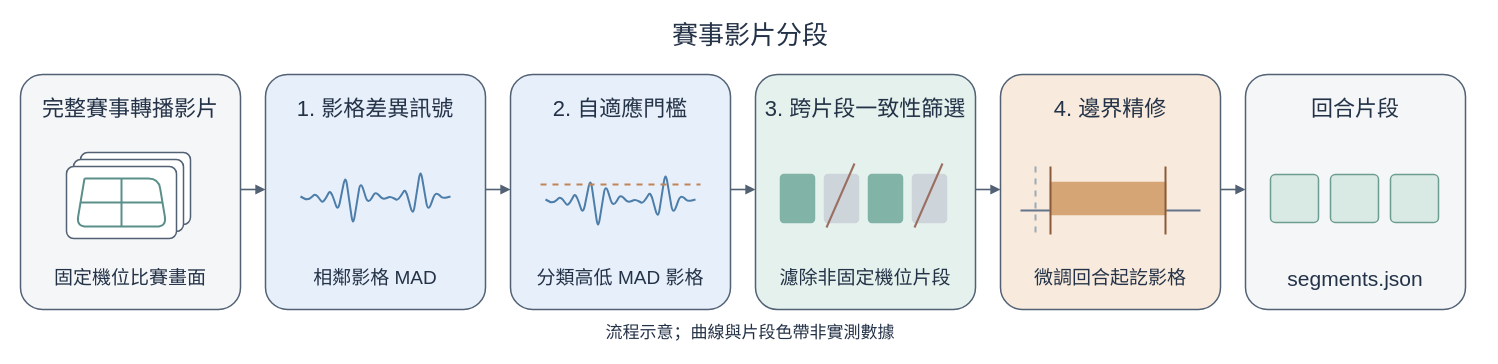
Above: docs/figures/report/match-segmentation.drawio in 2026bmtproject/badminton-analysis-system (draw.io), before the change. Source tidied: cells renumbered, new cells numbered last; positions are measured from the earlier drawing's top-left corner, leaving out a move shared by most shapes. Both pictures are drawn from the tidied source at 100%, with x=0, y=0 at pixel (20, 17).
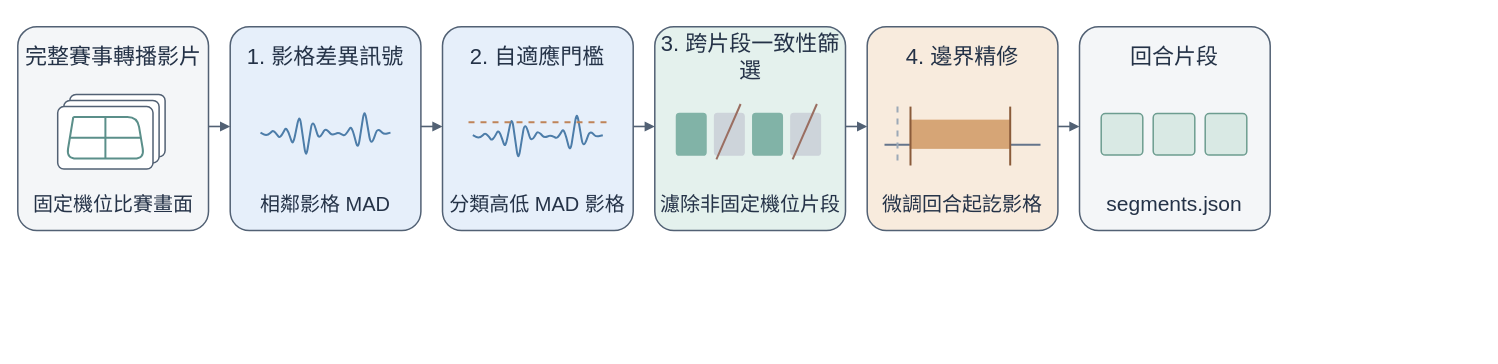
The same diagram, later.

The edit, as a diff of the source:
```diff
@@
-    <mxCell id="2" value="賽事影片分段" style="text;html=0;whiteSpace=wrap;align=center;verticalAlign=middle;fontFamily=Arial Unicode MS;fontSize=26;fontColor=#243247;fontStyle=0;" parent="1" vertex="1">
-      <mxGeometry width="1460" height="36" as="geometry" />
-    </mxCell>
     <mxCell id="3" style="rounded=1;arcSize=10;fillColor=#F4F6F8;strokeColor=#526174;strokeWidth=1.5;dashed=0;" parent="1" vertex="1">
-      <mxGeometry y="57" width="220" height="235" as="geometry" />
+      <mxGeometry x="-2.7" y="9.3" width="190.7" height="203.7" as="geometry" />
     </mxCell>
     <mxCell id="4" value="完整賽事轉播影片" style="text;html=0;whiteSpace=wrap;align=center;verticalAlign=middle;fontFamily=Arial Unicode MS;fontSize=22;fontColor=#243247;fontStyle=0;" parent="1" vertex="1">
-      <mxGeometry x="5" y="70" width="210" height="44" as="geometry" />
+      <mxGeometry x="1.7" y="20.6" width="182" height="38.1" as="geometry" />
     </mxCell>
     <mxCell id="5" style="rounded=1;arcSize=10;fillColor=#E6EFFA;strokeColor=#526174;strokeWidth=1.5;dashed=0;" parent="1" vertex="1">
-      <mxGeometry x="245" y="57" width="220" height="235" as="geometry" />
+      <mxGeometry x="209.7" y="9.3" width="190.7" height="203.7" as="geometry" />
     </mxCell>
     <mxCell id="6" value="1. 影格差異訊號" style="text;html=0;whiteSpace=wrap;align=center;verticalAlign=middle;fontFamily=Arial Unicode MS;fontSize=22;fontColor=#243247;fontStyle=0;" parent="1" vertex="1">
-      <mxGeometry x="250" y="70" width="210" height="44" as="geometry" />
+      <mxGeometry x="214" y="20.6" width="182" height="38.1" as="geometry" />
     </mxCell>
     <mxCell id="7" style="rounded=1;arcSize=10;fillColor=#E6EFFA;strokeColor=#526174;strokeWidth=1.5;dashed=0;" parent="1" vertex="1">
-      <mxGeometry x="490" y="57" width="220" height="235" as="geometry" />
+      <mxGeometry x="422" y="9.3" width="190.7" height="203.7" as="geometry" />
     </mxCell>
     <mxCell id="8" value="2. 自適應門檻" style="text;html=0;whiteSpace=wrap;align=center;verticalAlign=middle;fontFamily=Arial Unicode MS;fontSize=22;fontColor=#243247;fontStyle=0;" parent="1" vertex="1">
-      <mxGeometry x="495" y="70" width="210" height="44" as="geometry" />
+      <mxGeometry x="426.3" y="20.6" width="182" height="38.1" as="geometry" />
     </mxCell>
     <mxCell id="9" style="rounded=1;arcSize=10;fillColor=#E4F1ED;strokeColor=#526174;strokeWidth=1.5;dashed=0;" parent="1" vertex="1">
-      <mxGeometry x="735" y="57" width="220" height="235" as="geometry" />
+      <mxGeometry x="634.3" y="9.3" width="190.7" height="203.7" as="geometry" />
     </mxCell>
     <mxCell id="10" value="3. 跨片段一致性篩選" style="text;html=0;whiteSpace=wrap;align=center;verticalAlign=middle;fontFamily=Arial Unicode MS;fontSize=22;fontColor=#243247;fontStyle=0;" parent="1" vertex="1">
-      <mxGeometry x="740" y="70" width="210" height="44" as="geometry" />
+      <mxGeometry x="638.7" y="20.6" width="182" height="38.1" as="geometry" />
     </mxCell>
     <mxCell id="11" style="rounded=1;arcSize=10;fillColor=#F8EBDD;strokeColor=#526174;strokeWidth=1.5;dashed=0;" parent="1" vertex="1">
-      <mxGeometry x="980" y="57" width="220" height="235" as="geometry" />
+      <mxGeometry x="846.7" y="9.3" width="190.7" height="203.7" as="geometry" />
     </mxCell>
     <mxCell id="12" value="4. 邊界精修" style="text;html=0;whiteSpace=wrap;align=center;verticalAlign=middle;fontFamily=Arial Unicode MS;fontSize=22;fontColor=#243247;fontStyle=0;" parent="1" vertex="1">
-      <mxGeometry x="985" y="70" width="210" height="44" as="geometry" />
+      <mxGeometry x="851" y="20.6" width="182" height="38.1" as="geometry" />
     </mxCell>
     <mxCell id="13" style="rounded=1;arcSize=10;fillColor=#F4F6F8;strokeColor=#526174;strokeWidth=1.5;dashed=0;" parent="1" vertex="1">
-      <mxGeometry x="1225" y="57" width="220" height="235" as="geometry" />
+      <mxGeometry x="1059" y="9.3" width="190.7" height="203.7" as="geometry" />
     </mxCell>
     <mxCell id="14" value="回合片段" style="text;html=0;whiteSpace=wrap;align=center;verticalAlign=middle;fontFamily=Arial Unicode MS;fontSize=22;fontColor=#243247;fontStyle=0;" parent="1" vertex="1">
-      <mxGeometry x="1230" y="70" width="210" height="44" as="geometry" />
+      <mxGeometry x="1063.3" y="20.6" width="182" height="38.1" as="geometry" />
     </mxCell>
     <mxCell id="15" style="rounded=1;arcSize=10;fillColor=#FFFFFF;strokeColor=#526174;strokeWidth=1.5;dashed=0;" parent="1" vertex="1">
-      <mxGeometry x="60" y="135" width="110" height="72" as="geometry" />
+      <mxGeometry x="49.3" y="76.9" width="95.3" height="62.4" as="geometry" />
     </mxCell>
     <mxCell id="16" style="rounded=1;arcSize=10;fillColor=#FFFFFF;strokeColor=#526174;strokeWidth=1.5;dashed=0;" parent="1" vertex="1">
-      <mxGeometry x="53" y="142" width="110" height="72" as="geometry" />
+      <mxGeometry x="43.3" y="83" width="95.3" height="62.4" as="geometry" />
     </mxCell>
     <mxCell id="17" style="rounded=1;arcSize=10;fillColor=#FFFFFF;strokeColor=#526174;strokeWidth=1.5;dashed=0;" parent="1" vertex="1">
-      <mxGeometry x="46" y="149" width="110" height="72" as="geometry" />
+      <mxGeometry x="37.2" y="89.1" width="95.3" height="62.4" as="geometry" />
     </mxCell>
     <mxCell id="18" style="endArrow=none;strokeColor=#5B8F8A;strokeWidth=2;dashed=0;" parent="1" edge="1">
       <mxGeometry relative="1" as="geometry">
-        <mxPoint x="64" y="161" as="sourcePoint" />
-        <mxPoint x="64" y="161" as="targetPoint" />
+        <mxPoint x="52.8" y="99.5" as="sourcePoint" />
+        <mxPoint x="52.8" y="99.5" as="targetPoint" />
         <Array as="points">
-          <mxPoint x="138" y="161" />
-          <mxPoint x="146" y="209" />
-          <mxPoint x="56" y="209" />
+          <mxPoint x="116.9" y="99.5" />
+          <mxPoint x="123.9" y="141.1" />
+          <mxPoint x="45.9" y="141.1" />
         </Array>
       </mxGeometry>
     </mxCell>
     <mxCell id="19" style="endArrow=none;strokeColor=#5B8F8A;strokeWidth=2;dashed=0;" parent="1" edge="1">
       <mxGeometry relative="1" as="geometry">
-        <mxPoint x="60" y="185" as="sourcePoint" />
-        <mxPoint x="142" y="185" as="targetPoint" />
+        <mxPoint x="49.3" y="120.3" as="sourcePoint" />
+        <mxPoint x="120.4" y="120.3" as="targetPoint" />
       </mxGeometry>
     </mxCell>
     <mxCell id="20" style="endArrow=none;strokeColor=#5B8F8A;strokeWidth=2;dashed=0;" parent="1" edge="1">
       <mxGeometry relative="1" as="geometry">
-        <mxPoint x="101" y="161" as="sourcePoint" />
-        <mxPoint x="101" y="209" as="targetPoint" />
+        <mxPoint x="84.9" y="99.5" as="sourcePoint" />
+        <mxPoint x="84.9" y="141.1" as="targetPoint" />
       </mxGeometry>
     </mxCell>
-    <mxCell id="21" value="固定機位比賽畫面" style="text;html=0;whiteSpace=wrap;align=center;verticalAlign=middle;fontFamily=Arial Unicode MS;fontSize=19;fontColor=#243247;fontStyle=0;" parent="1" vertex="1">
-      <mxGeometry x="5" y="246" width="210" height="30" as="geometry" />
+    <mxCell id="21" value="固定機位比賽畫面" style="text;html=0;whiteSpace=wrap;align=center;verticalAlign=middle;fontFamily=Arial Unicode MS;fontSize=20;fontColor=#243247;fontStyle=0;" parent="1" vertex="1">
+      <mxGeometry x="1.7" y="173.1" width="182" height="26" as="geometry" />
     </mxCell>
     <mxCell id="22" style="endArrow=none;strokeColor=#4D7DA9;strokeWidth=2;dashed=0;" parent="1" edge="1">
       <mxGeometry relative="1" as="geometry">
-        <mxPoint x="280" y="179" as="sourcePoint" />
-        <mxPoint x="430" y="179" as="targetPoint" />
+        <mxPoint x="240" y="115.1" as="sourcePoint" />
+        <mxPoint x="370" y="115.1" as="targetPoint" />
         <Array as="points">
-          <mxPoint x="287.5" y="183" />
-          <mxPoint x="295" y="176" />
-          <mxPoint x="302.5" y="186" />
-          <mxPoint x="310" y="172" />
-          <mxPoint x="317.5" y="194" />
-          <mxPoint x="325" y="157" />
-          <mxPoint x="332.5" y="209" />
-          <mxPoint x="340" y="163" />
-          <mxPoint x="347.5" y="187" />
-          <mxPoint x="355" y="174" />
-          <mxPoint x="362.5" y="182" />
-          <mxPoint x="370" y="179" />
-          <mxPoint x="377.5" y="183" />
-          <mxPoint x="385" y="171" />
-          <mxPoint x="392.5" y="199" />
-          <mxPoint x="400" y="151" />
-          <mxPoint x="407.5" y="195" />
-          <mxPoint x="415" y="174" />
-          <mxPoint x="422.5" y="181" />
+          <mxPoint x="246.5" y="118.5" />
+          <mxPoint x="253" y="112.5" />
+          <mxPoint x="259.5" y="121.1" />
+          <mxPoint x="266" y="109" />
+          <mxPoint x="272.5" y="128.1" />
+          <mxPoint x="279" y="96" />
+          <mxPoint x="285.5" y="141.1" />
+          <mxPoint x="292" y="101.2" />
+          <mxPoint x="298.5" y="122" />
+          <mxPoint x="305" y="110.7" />
+          <mxPoint x="311.5" y="117.7" />
+          <mxPoint x="318" y="115.1" />
+          <mxPoint x="324.5" y="118.5" />
+          <mxPoint x="331" y="108.1" />
+          <mxPoint x="337.5" y="132.4" />
+          <mxPoint x="344" y="90.8" />
+          <mxPoint x="350.5" y="128.9" />
+          <mxPoint x="357" y="110.7" />
+          <mxPoint x="363.5" y="116.8" />
         </Array>
       </mxGeometry>
     </mxCell>
-    <mxCell id="23" value="相鄰影格 MAD" style="text;html=0;whiteSpace=wrap;align=center;verticalAlign=middle;fontFamily=Arial Unicode MS;fontSize=19;fontColor=#243247;fontStyle=0;" parent="1" vertex="1">
-      <mxGeometry x="250" y="246" width="210" height="30" as="geometry" />
+    <mxCell id="23" value="相鄰影格 MAD" style="text;html=0;whiteSpace=wrap;align=center;verticalAlign=middle;fontFamily=Arial Unicode MS;fontSize=20;fontColor=#243247;fontStyle=0;" parent="1" vertex="1">
+      <mxGeometry x="214" y="173.1" width="182" height="26" as="geometry" />
     </mxCell>
     <mxCell id="24" style="endArrow=none;strokeColor=#4D7DA9;strokeWidth=2;dashed=0;" parent="1" edge="1">
       <mxGeometry relative="1" as="geometry">
-        <mxPoint x="525" y="182" as="sourcePoint" />
-        <mxPoint x="675" y="182" as="targetPoint" />
+        <mxPoint x="452.3" y="117.7" as="sourcePoint" />
+        <mxPoint x="582.3" y="117.7" as="targetPoint" />
         <Array as="points">
-          <mxPoint x="532.5" y="186" />
-          <mxPoint x="540" y="179" />
-          <mxPoint x="547.5" y="189" />
-          <mxPoint x="555" y="175" />
-          <mxPoint x="562.5" y="197" />
-          <mxPoint x="570" y="160" />
-          <mxPoint x="577.5" y="212" />
-          <mxPoint x="585" y="166" />
-          <mxPoint x="592.5" y="190" />
-          <mxPoint x="600" y="177" />
-          <mxPoint x="607.5" y="185" />
-          <mxPoint x="615" y="182" />
-          <mxPoint x="622.5" y="186" />
-          <mxPoint x="630" y="174" />
-          <mxPoint x="637.5" y="202" />
-          <mxPoint x="645" y="154" />
-          <mxPoint x="652.5" y="198" />
-          <mxPoint x="660" y="177" />
-          <mxPoint x="667.5" y="184" />
+          <mxPoint x="458.8" y="121.1" />
+          <mxPoint x="465.3" y="115.1" />
+          <mxPoint x="471.8" y="123.7" />
+          <mxPoint x="478.3" y="111.6" />
+          <mxPoint x="484.8" y="130.7" />
+          <mxPoint x="491.3" y="98.6" />
+          <mxPoint x="497.8" y="143.7" />
+          <mxPoint x="504.3" y="103.8" />
+          <mxPoint x="510.8" y="124.6" />
+          <mxPoint x="517.3" y="113.3" />
+          <mxPoint x="523.8" y="120.3" />
+          <mxPoint x="530.3" y="117.7" />
+          <mxPoint x="536.8" y="121.1" />
+          <mxPoint x="543.3" y="110.7" />
+          <mxPoint x="549.8" y="135" />
+          <mxPoint x="556.3" y="93.4" />
+          <mxPoint x="562.8" y="131.5" />
+          <mxPoint x="569.3" y="113.3" />
+          <mxPoint x="575.8" y="119.4" />
         </Array>
       </mxGeometry>
     </mxCell>
     <mxCell id="25" style="endArrow=none;strokeColor=#BF8458;strokeWidth=2;dashed=1;" parent="1" edge="1">
       <mxGeometry relative="1" as="geometry">
-        <mxPoint x="520" y="167" as="sourcePoint" />
-        <mxPoint x="680" y="167" as="targetPoint" />
+        <mxPoint x="448" y="104.7" as="sourcePoint" />
+        <mxPoint x="586.7" y="104.7" as="targetPoint" />
       </mxGeometry>
     </mxCell>
-    <mxCell id="26" value="分類高低 MAD 影格" style="text;html=0;whiteSpace=wrap;align=center;verticalAlign=middle;fontFamily=Arial Unicode MS;fontSize=19;fontColor=#243247;fontStyle=0;" parent="1" vertex="1">
-      <mxGeometry x="495" y="246" width="210" height="30" as="geometry" />
+    <mxCell id="26" value="分類高低 MAD 影格" style="text;html=0;whiteSpace=wrap;align=center;verticalAlign=middle;fontFamily=Arial Unicode MS;fontSize=20;fontColor=#243247;fontStyle=0;" parent="1" vertex="1">
+      <mxGeometry x="426.3" y="173.1" width="182" height="26" as="geometry" />
     </mxCell>
     <mxCell id="27" style="rounded=1;arcSize=10;fillColor=#81B3A7;strokeColor=#81B3A7;strokeWidth=1.5;dashed=0;" parent="1" vertex="1">
-      <mxGeometry x="760" y="157" width="34" height="48" as="geometry" />
+      <mxGeometry x="656" y="96" width="29.5" height="41.6" as="geometry" />
     </mxCell>
     <mxCell id="28" style="rounded=1;arcSize=10;fillColor=#CDD4DA;strokeColor=#CDD4DA;strokeWidth=1.5;dashed=0;" parent="1" vertex="1">
-      <mxGeometry x="804" y="157" width="34" height="48" as="geometry" />
+      <mxGeometry x="694.1" y="96" width="29.5" height="41.6" as="geometry" />
     </mxCell>
     <mxCell id="29" style="endArrow=none;strokeColor=#9A6E61;strokeWidth=2;dashed=0;" parent="1" edge="1">
       <mxGeometry relative="1" as="geometry">
-        <mxPoint x="806" y="210" as="sourcePoint" />
-        <mxPoint x="834" y="146" as="targetPoint" />
+        <mxPoint x="695.9" y="141.9" as="sourcePoint" />
+        <mxPoint x="720.1" y="86.5" as="targetPoint" />
       </mxGeometry>
     </mxCell>
     <mxCell id="30" style="rounded=1;arcSize=10;fillColor=#81B3A7;strokeColor=#81B3A7;strokeWidth=1.5;dashed=0;" parent="1" vertex="1">
-      <mxGeometry x="848" y="157" width="34" height="48" as="geometry" />
+      <mxGeometry x="732.3" y="96" width="29.5" height="41.6" as="geometry" />
     </mxCell>
     <mxCell id="31" style="rounded=1;arcSize=10;fillColor=#CDD4DA;strokeColor=#CDD4DA;strokeWidth=1.5;dashed=0;" parent="1" vertex="1">
-      <mxGeometry x="892" y="157" width="34" height="48" as="geometry" />
+      <mxGeometry x="770.4" y="96" width="29.5" height="41.6" as="geometry" />
     </mxCell>
     <mxCell id="32" style="endArrow=none;strokeColor=#9A6E61;strokeWidth=2;dashed=0;" parent="1" edge="1">
       <mxGeometry relative="1" as="geometry">
-        <mxPoint x="894" y="210" as="sourcePoint" />
-        <mxPoint x="922" y="146" as="targetPoint" />
+        <mxPoint x="772.1" y="141.9" as="sourcePoint" />
+        <mxPoint x="796.4" y="86.5" as="targetPoint" />
       </mxGeometry>
     </mxCell>
-    <mxCell id="33" value="濾除非固定機位片段" style="text;html=0;whiteSpace=wrap;align=center;verticalAlign=middle;fontFamily=Arial Unicode MS;fontSize=19;fontColor=#243247;fontStyle=0;" parent="1" vertex="1">
-      <mxGeometry x="740" y="246" width="210" height="30" as="geometry" />
+    <mxCell id="33" value="濾除非固定機位片段" style="text;html=0;whiteSpace=wrap;align=center;verticalAlign=middle;fontFamily=Arial Unicode MS;fontSize=20;fontColor=#243247;fontStyle=0;" parent="1" vertex="1">
+      <mxGeometry x="638.7" y="173.1" width="182" height="26" as="geometry" />
     </mxCell>
     <mxCell id="34" style="endArrow=none;strokeColor=#64748B;strokeWidth=2;dashed=0;" parent="1" edge="1">
       <mxGeometry relative="1" as="geometry">
-        <mxPoint x="1000" y="193" as="sourcePoint" />
-        <mxPoint x="1180" y="193" as="targetPoint" />
+        <mxPoint x="864" y="127.2" as="sourcePoint" />
+        <mxPoint x="1020" y="127.2" as="targetPoint" />
       </mxGeometry>
     </mxCell>
     <mxCell id="35" style="rounded=0;arcSize=10;fillColor=#D6A576;strokeColor=#D6A576;strokeWidth=1.5;dashed=0;" parent="1" vertex="1">
-      <mxGeometry x="1030" y="165" width="115" height="32" as="geometry" />
+      <mxGeometry x="890" y="102.9" width="99.7" height="27.7" as="geometry" />
     </mxCell>
     <mxCell id="36" style="endArrow=none;strokeColor=#8A5B3A;strokeWidth=2;dashed=0;" parent="1" edge="1">
       <mxGeometry relative="1" as="geometry">
-        <mxPoint x="1030" y="149" as="sourcePoint" />
-        <mxPoint x="1030" y="217" as="targetPoint" />
+        <mxPoint x="890" y="89.1" as="sourcePoint" />
+        <mxPoint x="890" y="148" as="targetPoint" />
       </mxGeometry>
     </mxCell>
     <mxCell id="37" style="endArrow=none;strokeColor=#8A5B3A;strokeWidth=2;dashed=0;" parent="1" edge="1">
       <mxGeometry relative="1" as="geometry">
-        <mxPoint x="1145" y="149" as="sourcePoint" />
-        <mxPoint x="1145" y="217" as="targetPoint" />
+        <mxPoint x="989.7" y="89.1" as="sourcePoint" />
+        <mxPoint x="989.7" y="148" as="targetPoint" />
       </mxGeometry>
     </mxCell>
     <mxCell id="38" style="endArrow=none;strokeColor=#9CA9B7;strokeWidth=2;dashed=1;" parent="1" edge="1">
       <mxGeometry relative="1" as="geometry">
-        <mxPoint x="1015" y="149" as="sourcePoint" />
-        <mxPoint x="1015" y="217" as="targetPoint" />
+        <mxPoint x="877" y="89.1" as="sourcePoint" />
+        <mxPoint x="877" y="148" as="targetPoint" />
       </mxGeometry>
     </mxCell>
-    <mxCell id="39" value="微調回合起訖影格" style="text;html=0;whiteSpace=wrap;align=center;verticalAlign=middle;fontFamily=Arial Unicode MS;fontSize=19;fontColor=#243247;fontStyle=0;" parent="1" vertex="1">
-      <mxGeometry x="985" y="246" width="210" height="30" as="geometry" />
+    <mxCell id="39" value="微調回合起訖影格" style="text;html=0;whiteSpace=wrap;align=center;verticalAlign=middle;fontFamily=Arial Unicode MS;fontSize=20;fontColor=#243247;fontStyle=0;" parent="1" vertex="1">
+      <mxGeometry x="851" y="173.1" width="182" height="26" as="geometry" />
     </mxCell>
     <mxCell id="40" style="rounded=1;arcSize=10;fillColor=#D9E9E4;strokeColor=#6D9D90;strokeWidth=1.5;dashed=0;" parent="1" vertex="1">
-      <mxGeometry x="1250" y="157" width="48" height="48" as="geometry" />
+      <mxGeometry x="1080.7" y="96" width="41.6" height="41.6" as="geometry" />
     </mxCell>
     <mxCell id="41" style="rounded=1;arcSize=10;fillColor=#D9E9E4;strokeColor=#6D9D90;strokeWidth=1.5;dashed=0;" parent="1" vertex="1">
-      <mxGeometry x="1310" y="157" width="48" height="48" as="geometry" />
+      <mxGeometry x="1132.7" y="96" width="41.6" height="41.6" as="geometry" />
     </mxCell>
     <mxCell id="42" style="rounded=1;arcSize=10;fillColor=#D9E9E4;strokeColor=#6D9D90;strokeWidth=1.5;dashed=0;" parent="1" vertex="1">
-      <mxGeometry x="1370" y="157" width="48" height="48" as="geometry" />
+      <mxGeometry x="1184.7" y="96" width="41.6" height="41.6" as="geometry" />
     </mxCell>
     <mxCell id="43" value="segments.json" style="text;html=0;whiteSpace=wrap;align=center;verticalAlign=middle;fontFamily=Arial Unicode MS;fontSize=21;fontColor=#243247;fontStyle=0;" parent="1" vertex="1">
-      <mxGeometry x="1230" y="246" width="210" height="30" as="geometry" />
+      <mxGeometry x="1063.3" y="173.1" width="182" height="26" as="geometry" />
     </mxCell>
-    <mxCell id="44" value="流程示意；曲線與片段色帶非實測數據" style="text;html=0;whiteSpace=wrap;align=center;verticalAlign=middle;fontFamily=Arial Unicode MS;fontSize=17;fontColor=#243247;fontStyle=0;" parent="1" vertex="1">
-      <mxGeometry y="302" width="1460" height="28" as="geometry" />
-    </mxCell>
```
